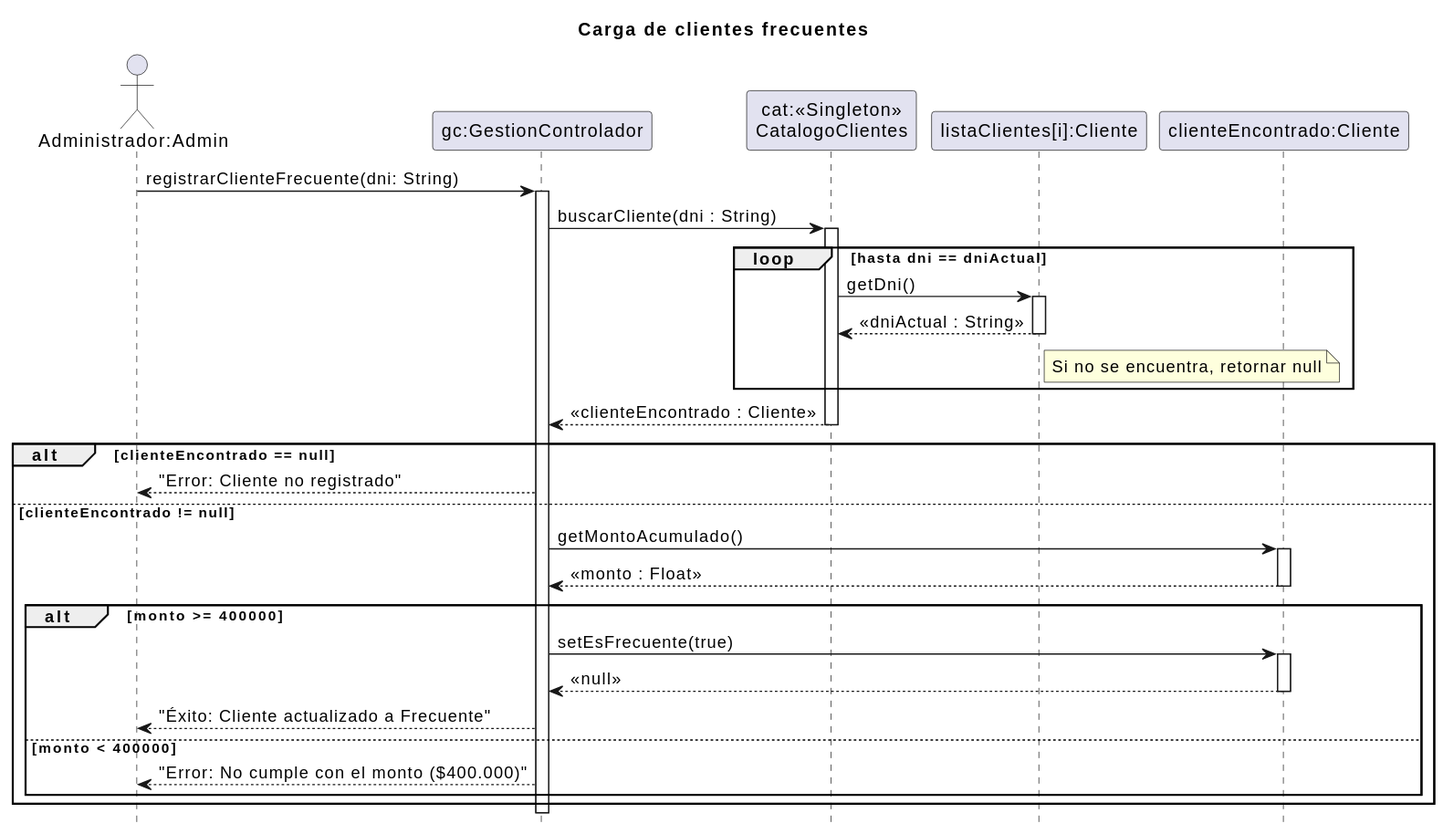
The PlantUML diagram 08 - Diagramas de Secuencia de Diseño/CargaClientesFrecuentes/CargaClientesFrecuentes.svg in zEzequR/PF-I, before a commit.
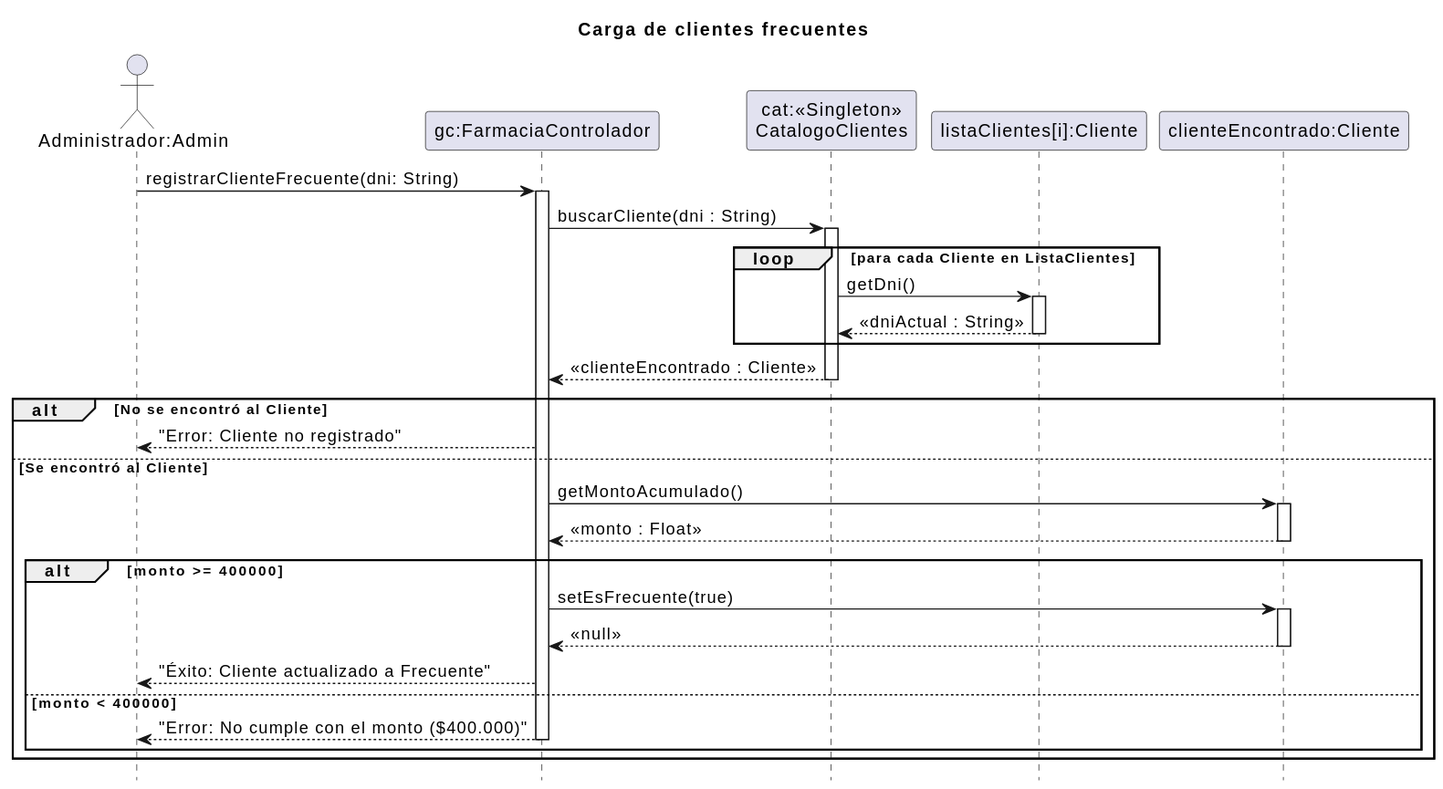
Later version of the same file.

The edit, as a diff of the source:
```diff
@@ -4,7 +4,7 @@
 hide footbox
 
 actor "Administrador:Admin" as admin
-participant "gc:GestionControlador" as ctrl
+participant "gc:FarmaciaControlador" as ctrl
 participant "cat:<<Singleton>>\nCatalogoClientes" as cat
 participant "listaClientes[i]:Cliente" as item
 participant "clienteEncontrado:Cliente" as cli_encontrado
@@ -15,12 +15,10 @@
 ctrl -> cat : buscarCliente(dni : String)
 activate cat
 
-loop hasta dni == dniActual
+loop para cada Cliente en ListaClientes
     cat -> item : getDni()
     activate item
     item --> cat : <<dniActual : String>>
-
-    note right of item : Si no se encuentra, retornar null
 
     deactivate item
 end
@@ -28,11 +26,11 @@
 cat --> ctrl : <<clienteEncontrado : Cliente>>
 deactivate cat
 
-alt clienteEncontrado == null
+alt No se encontró al Cliente
 
     ctrl --> admin : "Error: Cliente no registrado"
 
-else clienteEncontrado != null
+else Se encontró al Cliente
 
     ctrl -> cli_encontrado : getMontoAcumulado()
     activate cli_encontrado
@@ -49,9 +47,8 @@
 
     else monto < 400000
         ctrl --> admin : "Error: No cumple con el monto ($400.000)"
+        deactivate ctrl
     end
 
 end
-
-deactivate ctrl
 @enduml
```
